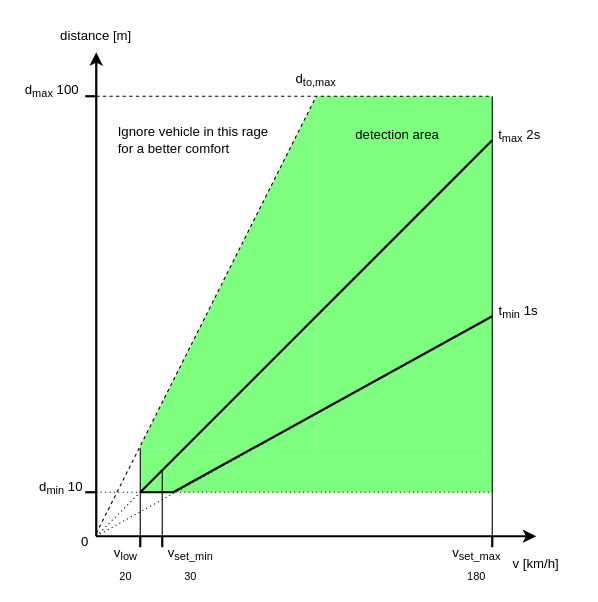
Before: page "distance_range" (6 of 6) of 00_Reverseengineering/ACC_limits.drawio in littleprojects/ACC_W211, a draw.io diagram. Source tidied: cells renumbered, new cells numbered last; positions are measured from the earlier drawing's top-left corner, leaving out a move shared by most shapes. Both pictures are drawn from the tidied source at 110%, with x=0, y=0 at pixel (19, 19).
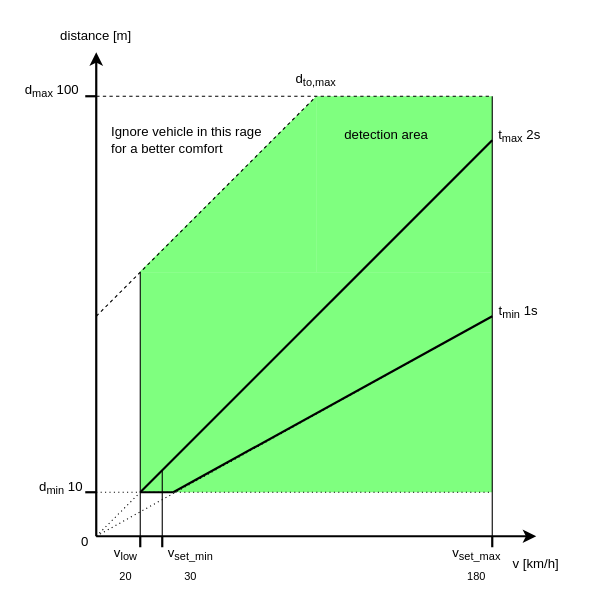
After the change.

Commit message (it also covers changes not shown here):
update distance_range graphic

Unchanged cells that the change refers to:
```xml
<mxCell id="9" value="0" style="text;html=1;strokeColor=none;fillColor=none;align=center;verticalAlign=middle;whiteSpace=wrap;rounded=0;" parent="1" vertex="1">
  <mxGeometry x="50" y="460" width="20" height="30" as="geometry" />
</mxCell>
```

Change to the diagram source:
```diff
@@
     <mxCell id="2" style="verticalLabelPosition=bottom;verticalAlign=top;html=1;shape=mxgraph.basic.orthogonal_triangle;strokeWidth=2;fillColor=#00FF00;opacity=50;strokeColor=none;direction=north;" parent="1" vertex="1">
-      <mxGeometry x="109" y="70" width="161" height="320" as="geometry" />
+      <mxGeometry x="109" y="70" width="161" height="160" as="geometry" />
     </mxCell>
     <mxCell id="3" style="rounded=0;whiteSpace=wrap;html=1;strokeWidth=2;strokeColor=none;fillColor=#00FF00;opacity=50;" parent="1" vertex="1">
-      <mxGeometry x="110" y="390" width="320" height="40" as="geometry" />
+      <mxGeometry x="110" y="230" width="320" height="200" as="geometry" />
     </mxCell>
     <mxCell id="4" style="rounded=0;whiteSpace=wrap;html=1;strokeWidth=2;strokeColor=none;fillColor=#00FF00;opacity=50;" parent="1" vertex="1">
-      <mxGeometry x="270" y="70" width="160" height="320" as="geometry" />
+      <mxGeometry x="270" y="70" width="160" height="160" as="geometry" />
     </mxCell>
@@
     <mxCell id="11" style="endArrow=none;html=1;rounded=0;strokeColor=default;strokeWidth=1;" parent="1" edge="1">
       <mxGeometry relative="1" as="geometry">
         <mxPoint x="110" y="470" as="sourcePoint" />
-        <mxPoint x="110" y="390" as="targetPoint" />
+        <mxPoint x="110" y="230" as="targetPoint" />
       </mxGeometry>
     </mxCell>
@@
-    <mxCell id="32" style="endArrow=none;dashed=1;html=1;rounded=0;strokeColor=default;strokeWidth=1;exitX=1;exitY=0.25;exitDx=0;exitDy=0;" parent="1" edge="1" source="9">
+    <mxCell id="32" style="endArrow=none;dashed=1;html=1;rounded=0;strokeColor=default;strokeWidth=1;" parent="1" edge="1">
       <mxGeometry relative="1" as="geometry">
+        <mxPoint x="70" y="270" as="sourcePoint" />
         <mxPoint x="270" y="70" as="targetPoint" />
       </mxGeometry>
     </mxCell>
     <mxCell id="33" value="Ignore vehicle in this rage for a better comfort" style="text;html=1;strokeColor=none;fillColor=none;align=left;verticalAlign=middle;whiteSpace=wrap;rounded=0;" parent="1" vertex="1">
-      <mxGeometry x="88" y="95" width="140" height="30" as="geometry" />
+      <mxGeometry x="82" y="95" width="140" height="30" as="geometry" />
     </mxCell>
@@
     <mxCell id="35" value="detection area" style="text;html=1;strokeColor=none;fillColor=none;align=center;verticalAlign=middle;whiteSpace=wrap;rounded=0;" parent="1" vertex="1">
-      <mxGeometry x="274" y="90" width="140" height="30" as="geometry" />
+      <mxGeometry x="264" y="90" width="140" height="30" as="geometry" />
     </mxCell>
```
